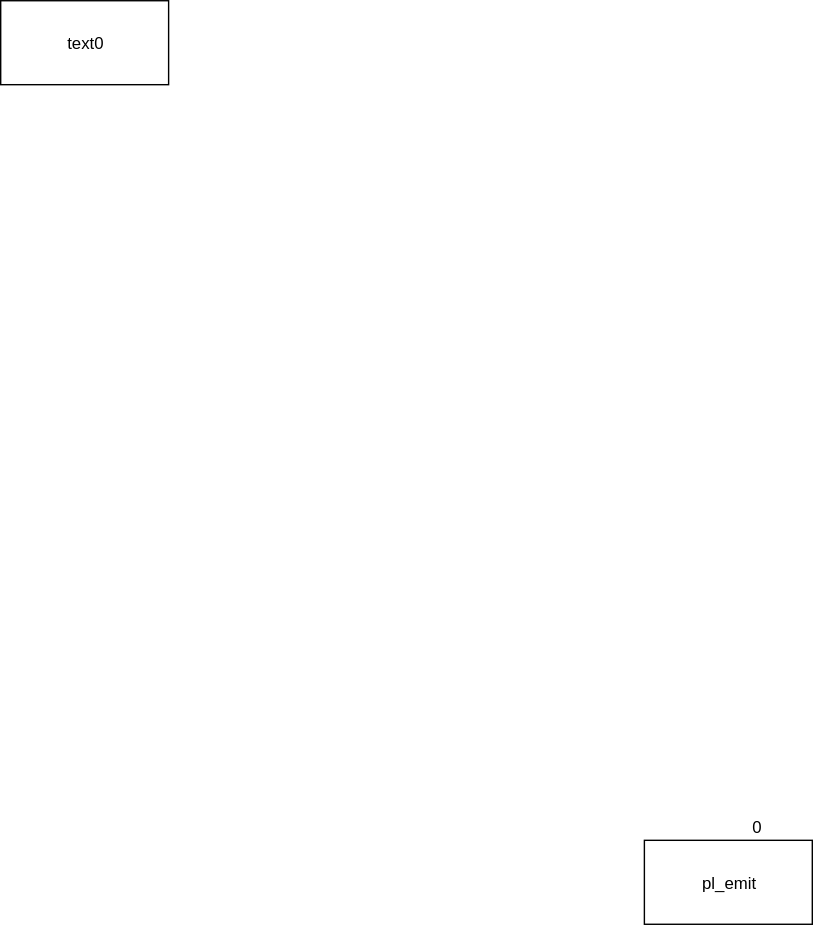
Before: bootstrap-svg/yed_compiler_as_svg.svg, a diagram exported from draw.io (bmfbp/bmfbp). Source tidied: cells renumbered, new cells last; positions are measured from the earlier drawing's top-left corner, leaving out a move shared by most shapes.
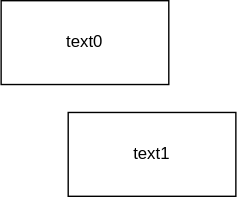
After the change.

The edit, as a diff of the source:
```diff
@@ -2,14 +2,11 @@
   <root>
     <mxCell id="0" />
     <mxCell id="1" parent="0" />
-    <mxCell id="2" value="pl_emit" style="rounded=0;whiteSpace=wrap;" parent="1" vertex="1">
-      <mxGeometry x="460" y="600" width="120" height="60" as="geometry" />
-    </mxCell>
-    <mxCell id="3" value="0" style="text;strokeColor=none;fillColor=none;align=center;verticalAlign=middle;whiteSpace=wrap;rounded=0;" parent="1" vertex="1">
-      <mxGeometry x="520" y="580" width="40" height="20" as="geometry" />
-    </mxCell>
-    <mxCell id="4" value="text0" style="rounded=0;whiteSpace=wrap;html=1;" parent="1" vertex="1">
+    <mxCell id="4" value="text0" style="rounded=0;fontSize=12;" parent="1" vertex="1">
       <mxGeometry width="120" height="60" as="geometry" />
     </mxCell>
+    <mxCell id="5" value="text1" style="rounded=0;fontSize=12;" parent="1" vertex="1">
+      <mxGeometry x="48" y="80" width="120" height="60" as="geometry" />
+    </mxCell>
   </root>
 </mxGraphModel>
```
